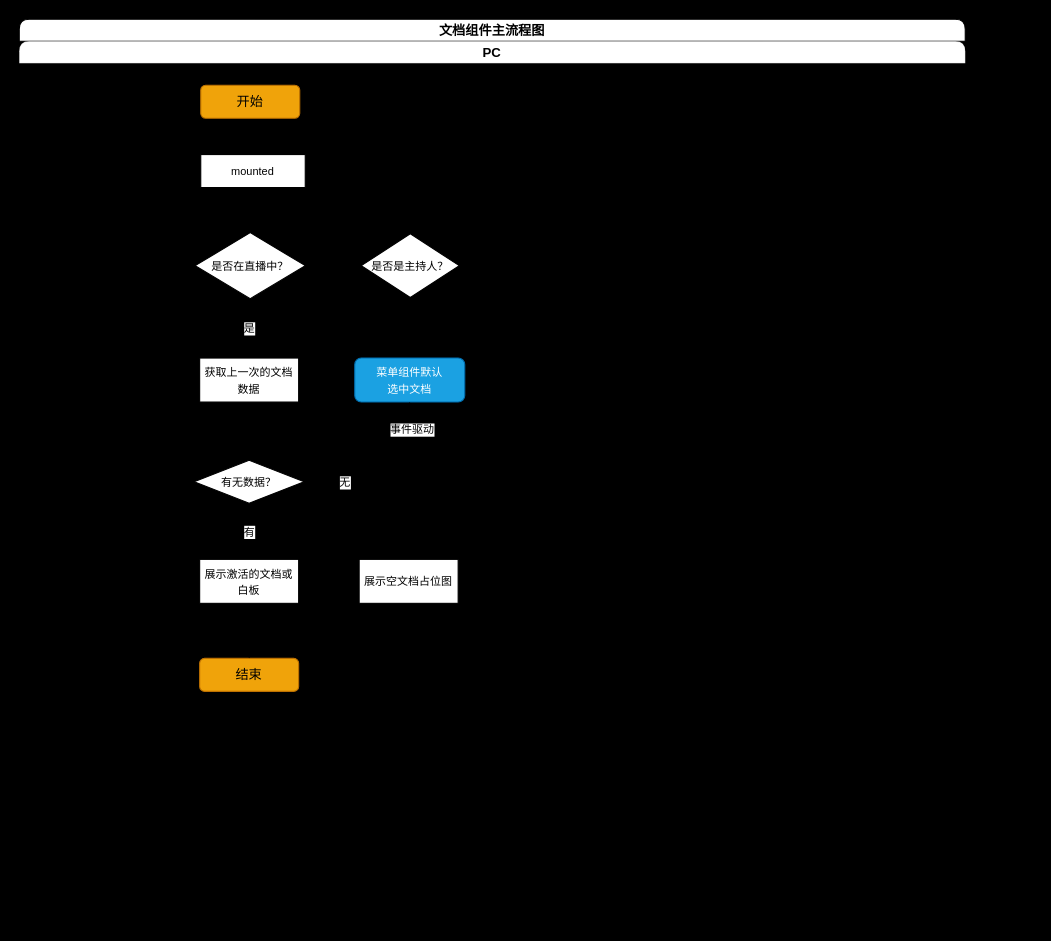
The draw.io diagram src/packages/doc-une/doc/flow.drawio in github-zoqg/vhall-platform, before the edit. Source tidied: cells renumbered, new cells numbered last; positions are measured from the earlier drawing's top-left corner, leaving out a move shared by most shapes. Both pictures are drawn from the tidied source at 110%, with x=0, y=0 at pixel (19, 19).
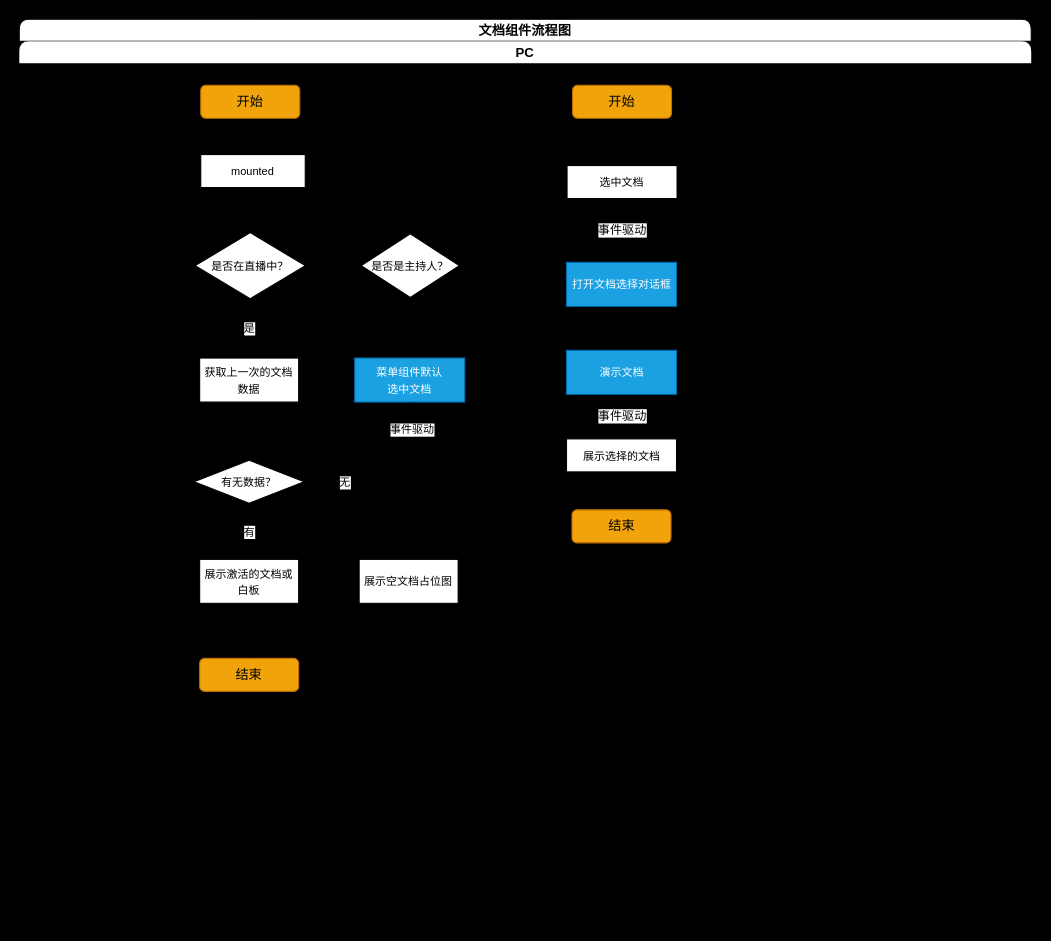
Above is the later version.

What changed in the source:
```diff
@@
-    <mxCell id="2" value="文档组件主流程图" style="swimlane;startSize=20;rounded=1;" parent="1" vertex="1">
-      <mxGeometry width="860" height="791" as="geometry" />
+    <mxCell id="2" value="文档组件流程图" style="swimlane;startSize=20;rounded=1;" parent="1" vertex="1">
+      <mxGeometry width="920" height="820" as="geometry" />
     </mxCell>
     <mxCell id="3" value="PC" style="swimlane;startSize=20;rounded=1;strokeWidth=0;" parent="2" vertex="1">
-      <mxGeometry y="20" width="860" height="771" as="geometry" />
+      <mxGeometry y="20" width="920" height="800" as="geometry" />
     </mxCell>
@@
-    <mxCell id="16" value="&lt;span style=&quot;font-size: 10px&quot;&gt;菜单组件&lt;/span&gt;&lt;span style=&quot;font-size: 10px&quot;&gt;默认&lt;/span&gt;&lt;span style=&quot;font-size: 10px&quot;&gt;&lt;br&gt;选中文档&lt;/span&gt;" style="rounded=1;whiteSpace=wrap;html=1;fillColor=#1ba1e2;fontColor=#ffffff;strokeColor=#006EAF;" parent="3" vertex="1">
+    <mxCell id="16" value="&lt;span style=&quot;font-size: 10px&quot;&gt;菜单组件&lt;/span&gt;&lt;span style=&quot;font-size: 10px&quot;&gt;默认&lt;/span&gt;&lt;span style=&quot;font-size: 10px&quot;&gt;&lt;br&gt;选中文档&lt;/span&gt;" style="rounded=0;whiteSpace=wrap;html=1;fillColor=#1ba1e2;fontColor=#ffffff;strokeColor=#006EAF;" parent="3" vertex="1">
       <mxGeometry x="305" y="288" width="100" height="40" as="geometry" />
     </mxCell>
@@
+    <mxCell id="28" style="edgeStyle=none;html=1;exitX=0.5;exitY=1;exitDx=0;exitDy=0;" parent="3" edge="1" source="29" target="31">
+      <mxGeometry relative="1" as="geometry" />
+    </mxCell>
+    <mxCell id="29" value="开始" style="rounded=1;whiteSpace=wrap;html=1;fillColor=#f0a30a;fontColor=#000000;strokeColor=#BD7000;" parent="3" vertex="1">
+      <mxGeometry x="503" y="40" width="90" height="30" as="geometry" />
+    </mxCell>
+    <mxCell id="30" value="事件驱动" style="edgeStyle=none;html=1;exitX=0.5;exitY=1;exitDx=0;exitDy=0;entryX=0.5;entryY=0;entryDx=0;entryDy=0;" parent="3" edge="1" source="31" target="33">
+      <mxGeometry relative="1" as="geometry" />
+    </mxCell>
+    <mxCell id="31" value="&lt;span style=&quot;font-size: 10px&quot;&gt;选中文档&lt;/span&gt;" style="rounded=0;whiteSpace=wrap;html=1;" parent="3" vertex="1">
+      <mxGeometry x="498" y="113" width="100" height="30" as="geometry" />
+    </mxCell>
+    <mxCell id="32" style="edgeStyle=none;html=1;exitX=0.5;exitY=1;exitDx=0;exitDy=0;" parent="3" edge="1" source="33" target="36">
+      <mxGeometry relative="1" as="geometry" />
+    </mxCell>
+    <mxCell id="33" value="&lt;span style=&quot;font-size: 10px&quot;&gt;打开文档选择对话框&lt;/span&gt;" style="rounded=0;whiteSpace=wrap;html=1;fillColor=#1ba1e2;fontColor=#ffffff;strokeColor=#006EAF;" parent="3" vertex="1">
+      <mxGeometry x="497.5" y="201" width="100" height="40" as="geometry" />
+    </mxCell>
+    <mxCell id="34" value="结束" style="rounded=1;whiteSpace=wrap;html=1;fillColor=#f0a30a;fontColor=#000000;strokeColor=#BD7000;" parent="3" vertex="1">
+      <mxGeometry x="502.5" y="426" width="90" height="30" as="geometry" />
+    </mxCell>
+    <mxCell id="35" value="事件驱动" style="edgeStyle=none;html=1;exitX=0.5;exitY=1;exitDx=0;exitDy=0;" parent="3" edge="1" source="36">
+      <mxGeometry relative="1" as="geometry">
+        <mxPoint x="548" y="361" as="targetPoint" />
+      </mxGeometry>
+    </mxCell>
+    <mxCell id="36" value="&lt;span style=&quot;font-size: 10px&quot;&gt;演示文档&lt;/span&gt;" style="rounded=0;whiteSpace=wrap;html=1;fillColor=#1ba1e2;fontColor=#ffffff;strokeColor=#006EAF;" parent="3" vertex="1">
+      <mxGeometry x="497.5" y="281" width="100" height="40" as="geometry" />
+    </mxCell>
+    <mxCell id="37" style="edgeStyle=none;html=1;exitX=0.5;exitY=1;exitDx=0;exitDy=0;entryX=0.5;entryY=0;entryDx=0;entryDy=0;" parent="3" edge="1" source="38" target="34">
+      <mxGeometry relative="1" as="geometry" />
+    </mxCell>
+    <mxCell id="38" value="&lt;span style=&quot;font-size: 10px&quot;&gt;展示选择的文档&lt;/span&gt;" style="rounded=0;whiteSpace=wrap;html=1;" parent="3" vertex="1">
+      <mxGeometry x="497.5" y="361.5" width="100" height="30" as="geometry" />
+    </mxCell>
```
